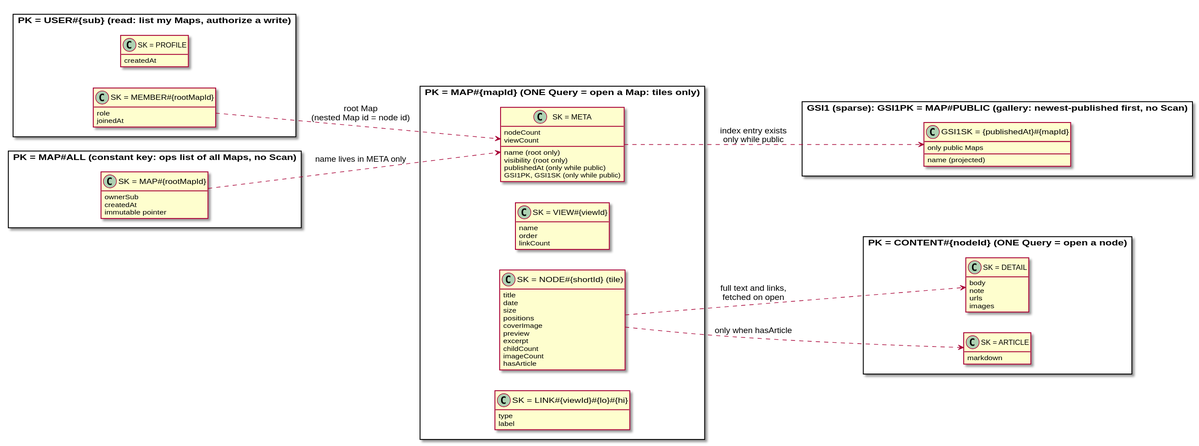
The PlantUML diagram DOC/architecture/diagrams/physical_layout.svg in LouayBks/spiresen-saga, before a commit.
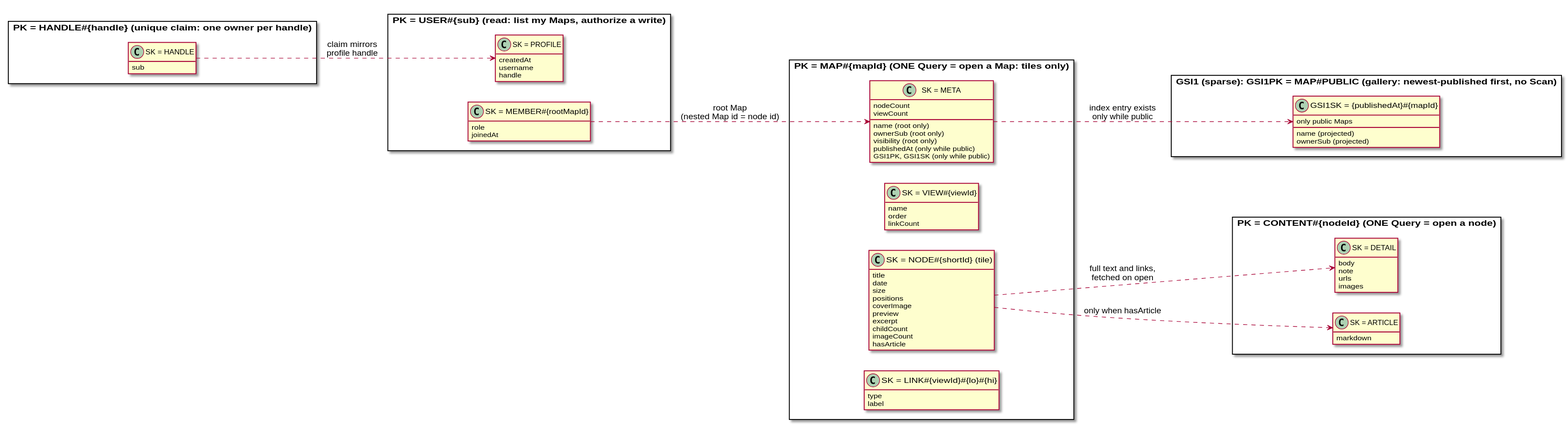
After the change.

What changed in the source:
```diff
@@ -7,6 +7,8 @@
 package "PK = USER#{sub}   (read: list my Maps, authorize a write)" {
   class "SK = PROFILE" as U1 {
     createdAt
+    username
+    handle
   }
   class "SK = MEMBER#{rootMapId}" as U2 {
     role
@@ -19,6 +21,7 @@
     name (root only)
     nodeCount
     viewCount
+    ownerSub (root only)
     visibility (root only)
     publishedAt (only while public)
     GSI1PK, GSI1SK (only while public)
@@ -61,21 +64,20 @@
 package "GSI1 (sparse): GSI1PK = MAP#PUBLIC   (gallery: newest-published first, no Scan)" {
   class "GSI1SK = {publishedAt}#{mapId}" as G1 {
     name (projected)
+    ownerSub (projected)
     only public Maps
   }
 }
 
-package "PK = MAP#ALL   (constant key: ops list of all Maps, no Scan)" {
-  class "SK = MAP#{rootMapId}" as D1 {
-    ownerSub
-    createdAt
-    immutable pointer
+package "PK = HANDLE#{handle}   (unique claim: one owner per handle)" {
+  class "SK = HANDLE" as H1 {
+    sub
   }
 }
 
 M3 ..> C1 : full text and links,\nfetched on open
 M3 ..> C2 : only when hasArticle
 U2 ..> M1 : root Map\n(nested Map id = node id)
-D1 ..> M1 : name lives in META only
+H1 ..> U1 : claim mirrors\nprofile handle
 M1 ..> G1 : index entry exists\nonly while public
 @enduml
```
